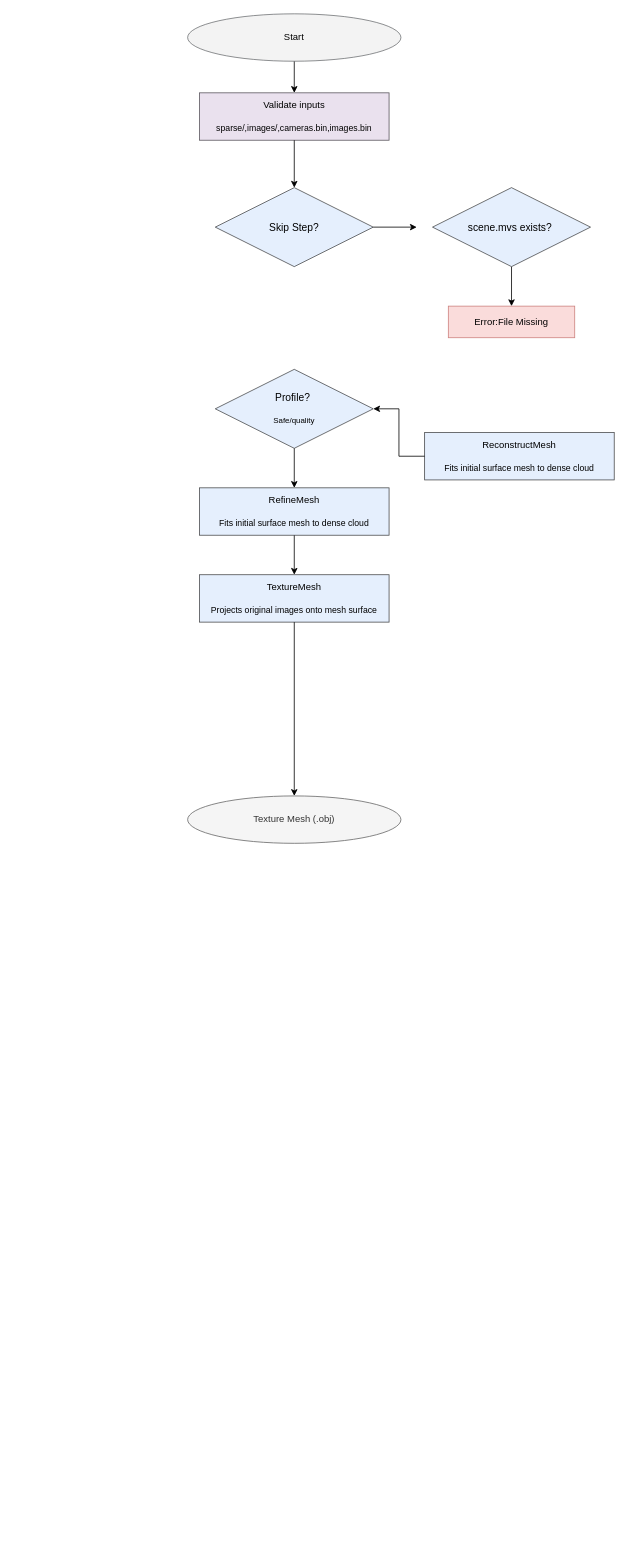
jameswalter12/MEng-Project- keeps this draw.io diagram as MESHFROMSPARSE.drawio. Above is the earlier version. Source tidied: cells renumbered, new cells numbered last; positions are measured from the earlier drawing's top-left corner, leaving out a move shared by most shapes. Both pictures are drawn from the tidied source at 79%, with x=0, y=0 at pixel (187, 13).
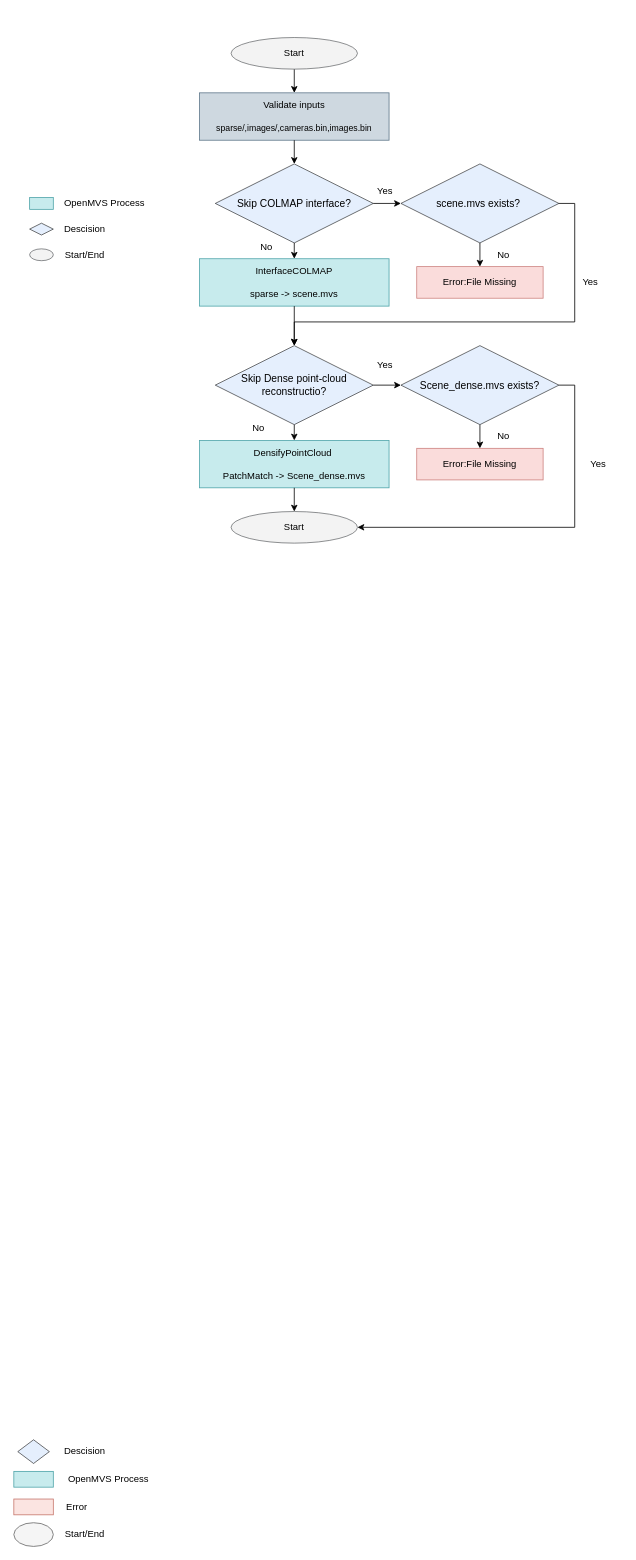
The same page after the edit.

What changed in the source:
```diff
@@
     <mxCell id="3" value="Start" style="strokeWidth=1;html=1;shape=mxgraph.flowchart.start_1;whiteSpace=wrap;opacity=70;fillColor=#eeeeee;strokeColor=#36393d;" parent="1" vertex="1">
-      <mxGeometry width="270" height="60" as="geometry" />
+      <mxGeometry x="55" y="30" width="160" height="40" as="geometry" />
     </mxCell>
-    <mxCell id="4" style="edgeStyle=orthogonalEdgeStyle;rounded=0;jettySize=auto;html=1;exitX=1;exitY=0.5;exitDx=0;exitDy=0;exitPerimeter=0;entryX=0;entryY=0.5;entryDx=0;entryDy=0;" parent="1" edge="1" source="5">
-      <mxGeometry relative="1" as="geometry">
-        <mxPoint x="290" y="270" as="targetPoint" />
-      </mxGeometry>
-    </mxCell>
+    <mxCell id="20" style="edgeStyle=orthogonalEdgeStyle;rounded=0;jettySize=auto;html=1;exitX=0.5;exitY=1;exitDx=0;exitDy=0;exitPerimeter=0;entryX=0.5;entryY=0;entryDx=0;entryDy=0;" parent="1" edge="1" source="5" target="22">
+      <mxGeometry relative="1" as="geometry" />
+    </mxCell>
-    <mxCell id="5" value="&lt;font size=&quot;2&quot;&gt;Skip Step?&lt;/font&gt;" style="strokeWidth=1;html=1;shape=mxgraph.flowchart.decision;whiteSpace=wrap;fillColor=#dae8fc;strokeColor=default;opacity=70;" parent="1" vertex="1">
-      <mxGeometry x="35" y="220" width="200" height="100" as="geometry" />
+    <mxCell id="5" value="&lt;font size=&quot;2&quot;&gt;Skip COLMAP interface?&lt;/font&gt;" style="strokeWidth=1;html=1;shape=mxgraph.flowchart.decision;whiteSpace=wrap;fillColor=#dae8fc;strokeColor=default;opacity=70;" parent="1" vertex="1">
+      <mxGeometry x="35" y="190" width="200" height="100" as="geometry" />
     </mxCell>
-    <mxCell id="6" value="Validate inputs&lt;div&gt;&lt;br&gt;&lt;/div&gt;&lt;div&gt;&lt;span style=&quot;font-size: 11px;&quot;&gt;sparse/,images/,cameras.bin,images.bin&lt;/span&gt;&lt;/div&gt;" style="rounded=0;whiteSpace=wrap;html=1;fillColor=#e1d5e7;strokeColor=#18131B;opacity=70;" parent="1" vertex="1">
+    <mxCell id="6" value="Validate inputs&lt;div&gt;&lt;br&gt;&lt;/div&gt;&lt;div&gt;&lt;span style=&quot;font-size: 11px;&quot;&gt;sparse/,images/,cameras.bin,images.bin&lt;/span&gt;&lt;/div&gt;" style="rounded=0;whiteSpace=wrap;html=1;fillColor=#bac8d3;strokeColor=#23445d;opacity=70;" parent="1" vertex="1">
       <mxGeometry x="15" y="100" width="240" height="60" as="geometry" />
     </mxCell>
@@
-    <mxCell id="8" value="&lt;div&gt;ReconstructMesh&lt;/div&gt;&lt;div&gt;&lt;br&gt;&lt;/div&gt;&lt;div&gt;&lt;span style=&quot;font-size: 11px;&quot;&gt;Fits initial surface mesh to dense cloud&lt;/span&gt;&lt;/div&gt;" style="rounded=0;whiteSpace=wrap;html=1;fillColor=#dae8fc;strokeColor=#000000;opacity=70;" parent="1" vertex="1">
-      <mxGeometry x="300" y="530" width="240" height="60" as="geometry" />
-    </mxCell>
@@
-    <mxCell id="10" value="&lt;font style=&quot;font-size: 13px;&quot;&gt;Profile?&amp;nbsp;&lt;/font&gt;&lt;div&gt;&lt;br&gt;&lt;/div&gt;&lt;div&gt;&lt;font style=&quot;font-size: 10px;&quot;&gt;Safe/quality&lt;/font&gt;&lt;/div&gt;" style="strokeWidth=1;html=1;shape=mxgraph.flowchart.decision;whiteSpace=wrap;fillColor=#dae8fc;strokeColor=#000000;opacity=70;" parent="1" vertex="1">
-      <mxGeometry x="35" y="450" width="200" height="100" as="geometry" />
+    <mxCell id="10" value="&lt;font size=&quot;2&quot;&gt;Skip Dense point-cloud reconstructio?&lt;/font&gt;" style="strokeWidth=1;html=1;shape=mxgraph.flowchart.decision;whiteSpace=wrap;fillColor=#dae8fc;strokeColor=#000000;opacity=70;" parent="1" vertex="1">
+      <mxGeometry x="35" y="420" width="200" height="100" as="geometry" />
     </mxCell>
-    <mxCell id="11" style="edgeStyle=orthogonalEdgeStyle;rounded=0;jettySize=auto;html=1;exitX=0.5;exitY=1;exitDx=0;exitDy=0;entryX=0.5;entryY=0;entryDx=0;entryDy=0;" parent="1" edge="1" source="12" target="13">
-      <mxGeometry relative="1" as="geometry" />
-    </mxCell>
-    <mxCell id="12" value="&lt;div&gt;RefineMesh&lt;/div&gt;&lt;div&gt;&lt;br&gt;&lt;/div&gt;&lt;div&gt;&lt;span style=&quot;font-size: 11px;&quot;&gt;Fits initial surface mesh to dense cloud&lt;/span&gt;&lt;/div&gt;" style="rounded=0;whiteSpace=wrap;html=1;fillColor=#dae8fc;strokeColor=#000000;opacity=70;" parent="1" vertex="1">
-      <mxGeometry x="15" y="600" width="240" height="60" as="geometry" />
+    <mxCell id="12" value="&lt;div&gt;DensifyPointCloud&amp;nbsp;&lt;/div&gt;&lt;div&gt;&lt;br&gt;&lt;/div&gt;&lt;div&gt;PatchMatch -&amp;gt; Scene_dense.mvs&lt;/div&gt;" style="rounded=0;whiteSpace=wrap;html=1;fillColor=#b0e3e6;strokeColor=#0e8088;opacity=70;" parent="1" vertex="1">
+      <mxGeometry x="15" y="540" width="240" height="60" as="geometry" />
     </mxCell>
-    <mxCell id="13" value="&lt;div&gt;TextureMesh&lt;/div&gt;&lt;div&gt;&lt;br&gt;&lt;/div&gt;&lt;div&gt;&lt;font style=&quot;font-size: 11px;&quot;&gt;Projects original images onto mesh surface&lt;/font&gt;&lt;/div&gt;" style="rounded=0;whiteSpace=wrap;html=1;fillColor=#dae8fc;strokeColor=#000000;opacity=70;" parent="1" vertex="1">
-      <mxGeometry x="15" y="710" width="240" height="60" as="geometry" />
-    </mxCell>
-    <mxCell id="14" value="Texture Mesh (.obj)" style="strokeWidth=1;html=1;shape=mxgraph.flowchart.start_1;whiteSpace=wrap;fillColor=#f5f5f5;fontColor=#333333;strokeColor=#666666;" parent="1" vertex="1">
-      <mxGeometry y="990" width="270" height="60" as="geometry" />
-    </mxCell>
-    <mxCell id="15" style="edgeStyle=orthogonalEdgeStyle;rounded=0;jettySize=auto;html=1;exitX=0.5;exitY=1;exitDx=0;exitDy=0;entryX=0.5;entryY=0;entryDx=0;entryDy=0;entryPerimeter=0;" parent="1" edge="1" source="13" target="14">
-      <mxGeometry relative="1" as="geometry" />
-    </mxCell>
-    <mxCell id="16" style="edgeStyle=orthogonalEdgeStyle;rounded=0;jettySize=auto;html=1;exitX=0;exitY=0.5;exitDx=0;exitDy=0;entryX=1;entryY=0.5;entryDx=0;entryDy=0;entryPerimeter=0;" parent="1" edge="1" source="8" target="10">
-      <mxGeometry relative="1" as="geometry" />
-    </mxCell>
@@
     <mxCell id="18" value="&lt;font size=&quot;2&quot;&gt;scene.mvs exists?&amp;nbsp;&lt;/font&gt;" style="strokeWidth=1;html=1;shape=mxgraph.flowchart.decision;whiteSpace=wrap;fillColor=#dae8fc;strokeColor=default;opacity=70;" parent="1" vertex="1">
-      <mxGeometry x="310" y="220" width="200" height="100" as="geometry" />
+      <mxGeometry x="270" y="190" width="200" height="100" as="geometry" />
     </mxCell>
     <mxCell id="19" value="&lt;div&gt;Error:File Missing&lt;/div&gt;" style="rounded=0;whiteSpace=wrap;html=1;fillColor=#f8cecc;strokeColor=#b85450;opacity=70;" parent="1" vertex="1">
-      <mxGeometry x="330" y="370" width="160" height="40" as="geometry" />
+      <mxGeometry x="290" y="320" width="160" height="40" as="geometry" />
     </mxCell>
+    <mxCell id="21" style="edgeStyle=orthogonalEdgeStyle;rounded=0;jettySize=auto;html=1;exitX=1;exitY=0.5;exitDx=0;exitDy=0;exitPerimeter=0;entryX=0;entryY=0.5;entryDx=0;entryDy=0;entryPerimeter=0;" parent="1" edge="1" source="5" target="18">
+      <mxGeometry relative="1" as="geometry" />
+    </mxCell>
+    <mxCell id="22" value="&lt;div&gt;InterfaceCOLMAP&lt;/div&gt;&lt;div&gt;&lt;br&gt;&lt;/div&gt;&lt;div&gt;sparse -&amp;gt; scene.mvs&lt;/div&gt;" style="rounded=0;whiteSpace=wrap;html=1;fillColor=#b0e3e6;strokeColor=#0e8088;opacity=70;" parent="1" vertex="1">
+      <mxGeometry x="15" y="310" width="240" height="60" as="geometry" />
+    </mxCell>
+    <mxCell id="23" style="edgeStyle=orthogonalEdgeStyle;rounded=0;jettySize=auto;html=1;exitX=0.5;exitY=1;exitDx=0;exitDy=0;entryX=0.5;entryY=0;entryDx=0;entryDy=0;entryPerimeter=0;" parent="1" edge="1" source="22" target="10">
+      <mxGeometry relative="1" as="geometry" />
+    </mxCell>
+    <mxCell id="24" style="edgeStyle=orthogonalEdgeStyle;rounded=0;jettySize=auto;html=1;exitX=1;exitY=0.5;exitDx=0;exitDy=0;exitPerimeter=0;entryX=0.5;entryY=0;entryDx=0;entryDy=0;entryPerimeter=0;" parent="1" edge="1" source="18" target="10">
+      <mxGeometry relative="1" as="geometry">
+        <Array as="points">
+          <mxPoint x="490" y="240" />
+          <mxPoint x="490" y="390" />
+          <mxPoint x="135" y="390" />
+        </Array>
+      </mxGeometry>
+    </mxCell>
+    <mxCell id="25" style="edgeStyle=orthogonalEdgeStyle;rounded=0;jettySize=auto;html=1;exitX=0.5;exitY=1;exitDx=0;exitDy=0;exitPerimeter=0;entryX=0.5;entryY=0;entryDx=0;entryDy=0;" parent="1" edge="1" source="26" target="28">
+      <mxGeometry relative="1" as="geometry" />
+    </mxCell>
+    <mxCell id="26" value="&lt;font size=&quot;2&quot;&gt;Scene_dense.mvs exists?&lt;/font&gt;" style="strokeWidth=1;html=1;shape=mxgraph.flowchart.decision;whiteSpace=wrap;fillColor=#dae8fc;strokeColor=default;opacity=70;" parent="1" vertex="1">
+      <mxGeometry x="270" y="420" width="200" height="100" as="geometry" />
+    </mxCell>
+    <mxCell id="27" style="edgeStyle=orthogonalEdgeStyle;rounded=0;jettySize=auto;html=1;exitX=1;exitY=0.5;exitDx=0;exitDy=0;exitPerimeter=0;entryX=0;entryY=0.5;entryDx=0;entryDy=0;entryPerimeter=0;" parent="1" edge="1" source="10" target="26">
+      <mxGeometry relative="1" as="geometry" />
+    </mxCell>
+    <mxCell id="28" value="&lt;div&gt;Error:File Missing&lt;/div&gt;" style="rounded=0;whiteSpace=wrap;html=1;fillColor=#f8cecc;strokeColor=#b85450;opacity=70;" parent="1" vertex="1">
+      <mxGeometry x="290" y="550" width="160" height="40" as="geometry" />
+    </mxCell>
+    <mxCell id="29" style="strokeWidth=1;html=1;shape=mxgraph.flowchart.decision;whiteSpace=wrap;fillColor=#dae8fc;strokeColor=#000000;opacity=70;" parent="1" vertex="1">
+      <mxGeometry x="-215" y="1805" width="40" height="30" as="geometry" />
+    </mxCell>
+    <mxCell id="30" value="Descision" style="text;html=1;whiteSpace=wrap;strokeColor=none;fillColor=none;align=center;verticalAlign=middle;rounded=0;" parent="1" vertex="1">
+      <mxGeometry x="-160" y="1805" width="60" height="30" as="geometry" />
+    </mxCell>
+    <mxCell id="31" style="rounded=0;whiteSpace=wrap;html=1;fillColor=#b0e3e6;strokeColor=#0e8088;opacity=70;" parent="1" vertex="1">
+      <mxGeometry x="-220" y="1845" width="50" height="20" as="geometry" />
+    </mxCell>
+    <mxCell id="32" value="OpenMVS Process" style="text;html=1;whiteSpace=wrap;strokeColor=none;fillColor=none;align=center;verticalAlign=middle;rounded=0;" parent="1" vertex="1">
+      <mxGeometry x="-160" y="1840" width="120" height="30" as="geometry" />
+    </mxCell>
+    <mxCell id="33" style="rounded=0;whiteSpace=wrap;html=1;fillColor=#fad9d5;strokeColor=#ae4132;opacity=70;" parent="1" vertex="1">
+      <mxGeometry x="-220" y="1880" width="50" height="20" as="geometry" />
+    </mxCell>
+    <mxCell id="34" value="Error" style="text;html=1;whiteSpace=wrap;strokeColor=none;fillColor=none;align=center;verticalAlign=middle;rounded=0;" parent="1" vertex="1">
+      <mxGeometry x="-200" y="1875" width="120" height="30" as="geometry" />
+    </mxCell>
+    <mxCell id="35" style="strokeWidth=1;html=1;shape=mxgraph.flowchart.start_1;whiteSpace=wrap;fillColor=#f5f5f5;fontColor=#333333;strokeColor=#666666;" parent="1" vertex="1">
+      <mxGeometry x="-220" y="1910" width="50" height="30" as="geometry" />
+    </mxCell>
+    <mxCell id="36" value="Start/End" style="text;html=1;whiteSpace=wrap;strokeColor=none;fillColor=none;align=center;verticalAlign=middle;rounded=0;" parent="1" vertex="1">
+      <mxGeometry x="-190" y="1910" width="120" height="30" as="geometry" />
+    </mxCell>
+    <mxCell id="37" style="edgeStyle=orthogonalEdgeStyle;rounded=0;jettySize=auto;html=1;exitX=0.5;exitY=1;exitDx=0;exitDy=0;entryX=0.5;entryY=0;entryDx=0;entryDy=0;entryPerimeter=0;" parent="1" edge="1" source="12">
+      <mxGeometry relative="1" as="geometry">
+        <mxPoint x="135" y="630" as="targetPoint" />
+      </mxGeometry>
+    </mxCell>
+    <mxCell id="38" value="Yes" style="text;html=1;whiteSpace=wrap;strokeColor=none;fillColor=none;align=center;verticalAlign=middle;rounded=0;" parent="1" vertex="1">
+      <mxGeometry x="220" y="210" width="60" height="30" as="geometry" />
+    </mxCell>
+    <mxCell id="39" value="No" style="text;html=1;whiteSpace=wrap;strokeColor=none;fillColor=none;align=center;verticalAlign=middle;rounded=0;" parent="1" vertex="1">
+      <mxGeometry x="70" y="280" width="60" height="30" as="geometry" />
+    </mxCell>
+    <mxCell id="40" value="Yes" style="text;html=1;whiteSpace=wrap;strokeColor=none;fillColor=none;align=center;verticalAlign=middle;rounded=0;" parent="1" vertex="1">
+      <mxGeometry x="480" y="325" width="60" height="30" as="geometry" />
+    </mxCell>
+    <mxCell id="41" value="No" style="text;html=1;whiteSpace=wrap;strokeColor=none;fillColor=none;align=center;verticalAlign=middle;rounded=0;" parent="1" vertex="1">
+      <mxGeometry x="370" y="290" width="60" height="30" as="geometry" />
+    </mxCell>
+    <mxCell id="42" value="Yes" style="text;html=1;whiteSpace=wrap;strokeColor=none;fillColor=none;align=center;verticalAlign=middle;rounded=0;" parent="1" vertex="1">
+      <mxGeometry x="220" y="430" width="60" height="30" as="geometry" />
+    </mxCell>
+    <mxCell id="43" value="Yes" style="text;html=1;whiteSpace=wrap;strokeColor=none;fillColor=none;align=center;verticalAlign=middle;rounded=0;" parent="1" vertex="1">
+      <mxGeometry x="490" y="555" width="60" height="30" as="geometry" />
+    </mxCell>
+    <mxCell id="44" value="No" style="text;html=1;whiteSpace=wrap;strokeColor=none;fillColor=none;align=center;verticalAlign=middle;rounded=0;" parent="1" vertex="1">
+      <mxGeometry x="370" y="520" width="60" height="30" as="geometry" />
+    </mxCell>
+    <mxCell id="45" value="No" style="text;html=1;whiteSpace=wrap;strokeColor=none;fillColor=none;align=center;verticalAlign=middle;rounded=0;" parent="1" vertex="1">
+      <mxGeometry x="60" y="510" width="60" height="30" as="geometry" />
+    </mxCell>
+    <mxCell id="46" value="Start" style="strokeWidth=1;html=1;shape=mxgraph.flowchart.start_1;whiteSpace=wrap;opacity=70;fillColor=#eeeeee;strokeColor=#36393d;" parent="1" vertex="1">
+      <mxGeometry x="55" y="630" width="160" height="40" as="geometry" />
+    </mxCell>
+    <mxCell id="47" style="edgeStyle=orthogonalEdgeStyle;rounded=0;jettySize=auto;html=1;exitX=1;exitY=0.5;exitDx=0;exitDy=0;exitPerimeter=0;entryX=1;entryY=0.5;entryDx=0;entryDy=0;entryPerimeter=0;" parent="1" edge="1" source="26" target="46">
+      <mxGeometry relative="1" as="geometry" />
+    </mxCell>
+    <mxCell id="48" style="rounded=0;whiteSpace=wrap;html=1;fillColor=#b0e3e6;strokeColor=#0e8088;opacity=70;" parent="1" vertex="1">
+      <mxGeometry x="-200" y="232.5" width="30" height="15" as="geometry" />
+    </mxCell>
+    <mxCell id="49" value="OpenMVS Process" style="text;html=1;whiteSpace=wrap;strokeColor=none;fillColor=none;align=center;verticalAlign=middle;rounded=0;" parent="1" vertex="1">
+      <mxGeometry x="-160" y="225" width="110" height="30" as="geometry" />
+    </mxCell>
+    <mxCell id="50" style="strokeWidth=1;html=1;shape=mxgraph.flowchart.decision;whiteSpace=wrap;fillColor=#dae8fc;strokeColor=default;opacity=70;" parent="1" vertex="1">
+      <mxGeometry x="-200" y="265" width="30" height="15" as="geometry" />
+    </mxCell>
+    <mxCell id="51" value="Descision" style="text;html=1;whiteSpace=wrap;strokeColor=none;fillColor=none;align=center;verticalAlign=middle;rounded=0;" parent="1" vertex="1">
+      <mxGeometry x="-185" y="257.5" width="110" height="30" as="geometry" />
+    </mxCell>
+    <mxCell id="52" style="strokeWidth=1;html=1;shape=mxgraph.flowchart.start_1;whiteSpace=wrap;opacity=70;fillColor=#eeeeee;strokeColor=#36393d;" parent="1" vertex="1">
+      <mxGeometry x="-200" y="297.5" width="30" height="15" as="geometry" />
+    </mxCell>
+    <mxCell id="53" value="Start/End" style="text;html=1;whiteSpace=wrap;strokeColor=none;fillColor=none;align=center;verticalAlign=middle;rounded=0;" parent="1" vertex="1">
+      <mxGeometry x="-185" y="290" width="110" height="30" as="geometry" />
+    </mxCell>
```
